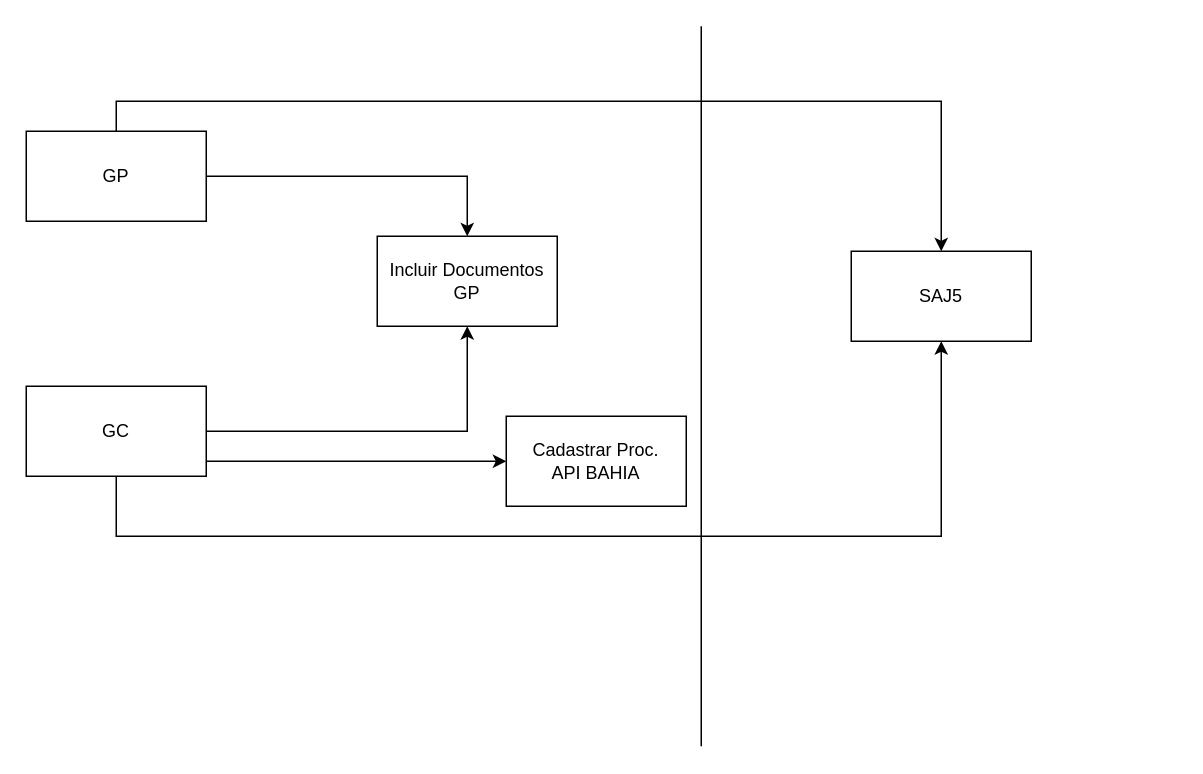
Before: Diagrama sem nome.drawio in juniorfdl/Tutorial, a draw.io diagram. Source tidied: cells renumbered, new cells numbered last; positions are measured from the earlier drawing's top-left corner, leaving out a move shared by most shapes. Both pictures are drawn from the tidied source at 150%, with x=0, y=0 at pixel (26, 26).
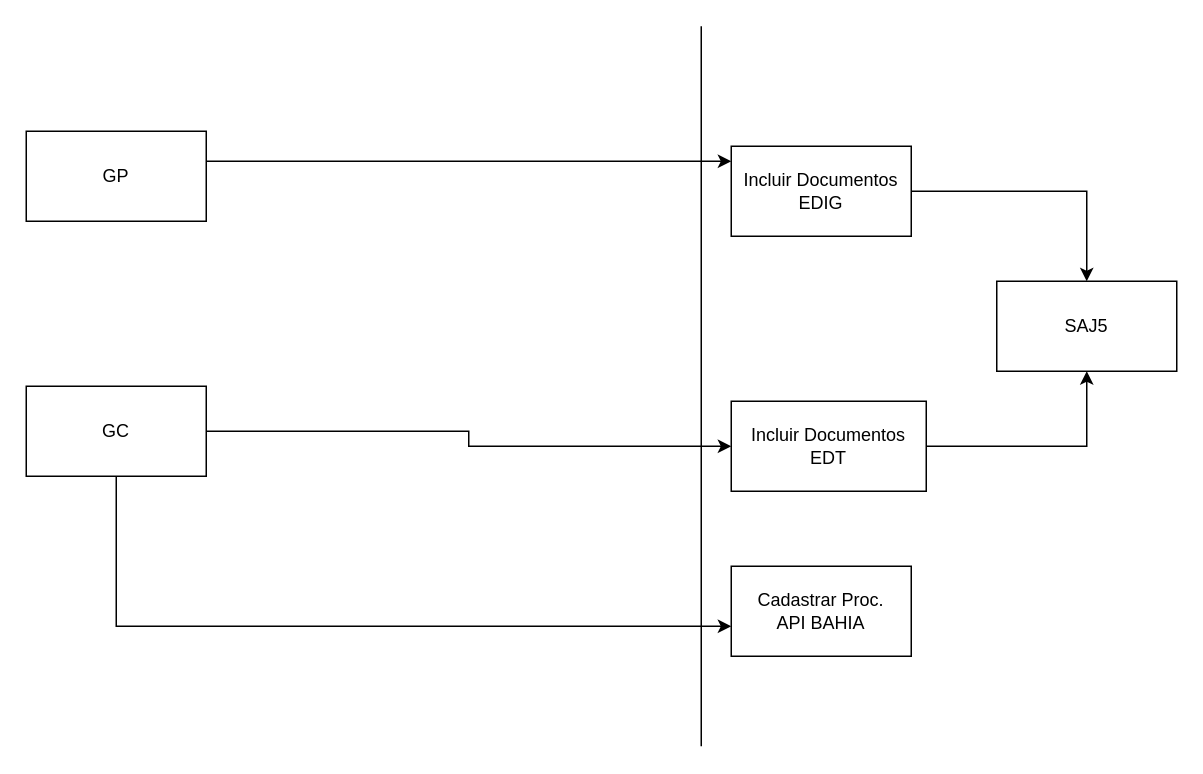
The same diagram, later.

Commit message:
Diagrama peticionamento Teste.drawio

The edit, as a diff of the source:
```diff
@@
 <mxGraphModel>
   <root>
     <mxCell id="0" />
     <mxCell id="1" parent="0" />
     <mxCell id="2" style="endArrow=none;html=1;rounded=0;" parent="1" edge="1">
       <mxGeometry relative="1" as="geometry">
         <mxPoint x="450" y="480" as="sourcePoint" />
         <mxPoint x="450" as="targetPoint" />
       </mxGeometry>
     </mxCell>
     <mxCell id="3" value="SAJ5" style="rounded=0;whiteSpace=wrap;html=1;" parent="1" vertex="1">
-      <mxGeometry x="550" y="150" width="120" height="60" as="geometry" />
+      <mxGeometry x="647" y="170" width="120" height="60" as="geometry" />
     </mxCell>
     <mxCell id="4" style="edgeStyle=orthogonalEdgeStyle;rounded=0;jettySize=auto;html=1;" parent="1" edge="1" source="6" target="11">
-      <mxGeometry relative="1" as="geometry" />
+      <mxGeometry relative="1" as="geometry">
+        <Array as="points">
+          <mxPoint x="240" y="90" />
+          <mxPoint x="240" y="90" />
+        </Array>
+      </mxGeometry>
     </mxCell>
-    <mxCell id="5" style="edgeStyle=orthogonalEdgeStyle;rounded=0;jettySize=auto;html=1;" parent="1" edge="1" source="6" target="3">
-      <mxGeometry relative="1" as="geometry">
-        <Array as="points">
-          <mxPoint x="60" y="50" />
-          <mxPoint x="610" y="50" />
-        </Array>
-      </mxGeometry>
-    </mxCell>
     <mxCell id="6" value="GP" style="rounded=0;whiteSpace=wrap;html=1;" parent="1" vertex="1">
       <mxGeometry y="70" width="120" height="60" as="geometry" />
     </mxCell>
+    <mxCell id="13" style="edgeStyle=orthogonalEdgeStyle;rounded=0;jettySize=auto;html=1;" parent="1" edge="1" source="10" target="16">
+      <mxGeometry relative="1" as="geometry" />
+    </mxCell>
     <mxCell id="7" style="edgeStyle=orthogonalEdgeStyle;rounded=0;jettySize=auto;html=1;" parent="1" edge="1" source="10" target="12">
       <mxGeometry relative="1" as="geometry">
         <Array as="points">
-          <mxPoint x="300" y="290" />
-          <mxPoint x="300" y="290" />
+          <mxPoint x="60" y="400" />
         </Array>
       </mxGeometry>
     </mxCell>
-    <mxCell id="8" style="edgeStyle=orthogonalEdgeStyle;rounded=0;jettySize=auto;html=1;" parent="1" edge="1" source="10" target="11">
-      <mxGeometry relative="1" as="geometry" />
-    </mxCell>
-    <mxCell id="9" style="edgeStyle=orthogonalEdgeStyle;rounded=0;jettySize=auto;html=1;" parent="1" edge="1" source="10" target="3">
-      <mxGeometry relative="1" as="geometry">
-        <Array as="points">
-          <mxPoint x="60" y="340" />
-          <mxPoint x="610" y="340" />
-        </Array>
-      </mxGeometry>
-    </mxCell>
     <mxCell id="10" value="GC" style="rounded=0;whiteSpace=wrap;html=1;" parent="1" vertex="1">
       <mxGeometry y="240" width="120" height="60" as="geometry" />
     </mxCell>
+    <mxCell id="14" style="edgeStyle=orthogonalEdgeStyle;rounded=0;jettySize=auto;html=1;entryX=0.5;entryY=0;entryDx=0;entryDy=0;" parent="1" edge="1" source="11" target="3">
+      <mxGeometry relative="1" as="geometry" />
+    </mxCell>
-    <mxCell id="11" value="Incluir Documentos&lt;br&gt;GP" style="rounded=0;whiteSpace=wrap;html=1;" parent="1" vertex="1">
-      <mxGeometry x="234" y="140" width="120" height="60" as="geometry" />
+    <mxCell id="11" value="Incluir Documentos EDIG" style="rounded=0;whiteSpace=wrap;html=1;" parent="1" vertex="1">
+      <mxGeometry x="470" y="80" width="120" height="60" as="geometry" />
     </mxCell>
+    <mxCell id="15" style="edgeStyle=orthogonalEdgeStyle;rounded=0;jettySize=auto;html=1;entryX=0.5;entryY=1;entryDx=0;entryDy=0;" parent="1" edge="1" source="16" target="3">
+      <mxGeometry relative="1" as="geometry" />
+    </mxCell>
+    <mxCell id="16" value="Incluir Documentos EDT" style="rounded=0;whiteSpace=wrap;html=1;" parent="1" vertex="1">
+      <mxGeometry x="470" y="250" width="130" height="60" as="geometry" />
+    </mxCell>
     <mxCell id="12" value="Cadastrar Proc. &lt;br&gt;API BAHIA" style="rounded=0;whiteSpace=wrap;html=1;" parent="1" vertex="1">
-      <mxGeometry x="320" y="260" width="120" height="60" as="geometry" />
+      <mxGeometry x="470" y="360" width="120" height="60" as="geometry" />
     </mxCell>
   </root>
 </mxGraphModel>
```
